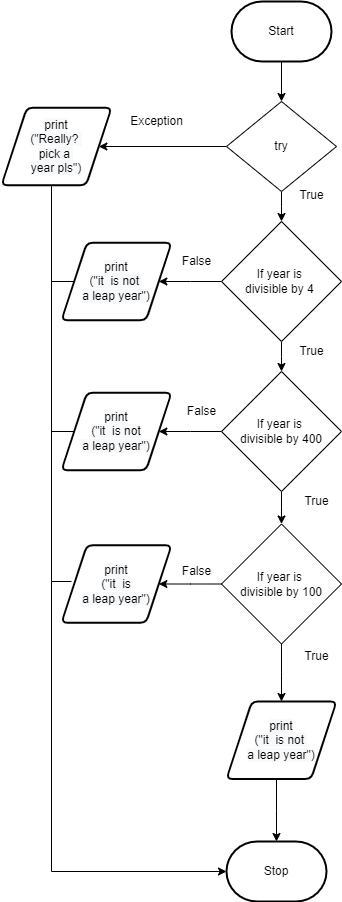
The draw.io diagram flowchart.png in Huzaifa-Khalid-2/ICS3U-Unit3-08-Python, before a commit. Source tidied: cells renumbered, new cells last; positions are measured from the earlier drawing's top-left corner, leaving out a move shared by most shapes.
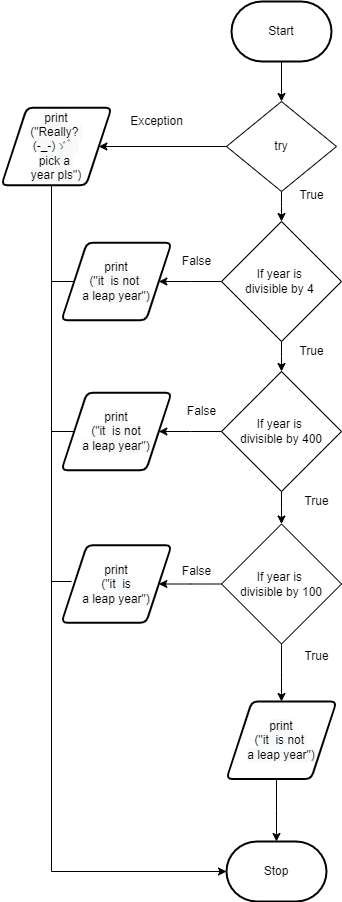
The same file after the commit.

The edit, as a diff of the source:
```diff
@@ -86,7 +86,7 @@
     <mxCell id="27" value="&lt;span style=&quot;color: rgb(0 , 0 , 0) ; font-family: &amp;#34;helvetica&amp;#34; ; font-size: 12px ; font-style: normal ; font-weight: 400 ; letter-spacing: normal ; text-align: center ; text-indent: 0px ; text-transform: none ; word-spacing: 0px ; background-color: rgb(248 , 249 , 250) ; display: inline ; float: none&quot;&gt;print&lt;/span&gt;&lt;br style=&quot;color: rgb(0 , 0 , 0) ; font-family: &amp;#34;helvetica&amp;#34; ; font-size: 12px ; font-style: normal ; font-weight: 400 ; letter-spacing: normal ; text-align: center ; text-indent: 0px ; text-transform: none ; word-spacing: 0px ; background-color: rgb(248 , 249 , 250)&quot;&gt;&lt;span style=&quot;color: rgb(0 , 0 , 0) ; font-family: &amp;#34;helvetica&amp;#34; ; font-size: 12px ; font-style: normal ; font-weight: 400 ; letter-spacing: normal ; text-align: center ; text-indent: 0px ; text-transform: none ; word-spacing: 0px ; background-color: rgb(248 , 249 , 250) ; display: inline ; float: none&quot;&gt;(&quot;it&amp;nbsp; is not &lt;br&gt;a leap year&quot;)&lt;/span&gt;" style="shape=parallelogram;html=1;strokeWidth=2;perimeter=parallelogramPerimeter;whiteSpace=wrap;rounded=1;arcSize=12;size=0.23;" parent="1" vertex="1">
       <mxGeometry x="225" y="700" width="110" height="77.5" as="geometry" />
     </mxCell>
-    <mxCell id="28" value="&lt;span style=&quot;color: rgb(0 , 0 , 0) ; font-family: &amp;#34;helvetica&amp;#34; ; font-size: 12px ; font-style: normal ; font-weight: 400 ; letter-spacing: normal ; text-align: center ; text-indent: 0px ; text-transform: none ; word-spacing: 0px ; background-color: rgb(248 , 249 , 250) ; display: inline ; float: none&quot;&gt;print&lt;/span&gt;&lt;br style=&quot;color: rgb(0 , 0 , 0) ; font-family: &amp;#34;helvetica&amp;#34; ; font-size: 12px ; font-style: normal ; font-weight: 400 ; letter-spacing: normal ; text-align: center ; text-indent: 0px ; text-transform: none ; word-spacing: 0px ; background-color: rgb(248 , 249 , 250)&quot;&gt;&lt;span style=&quot;color: rgb(0 , 0 , 0) ; font-family: &amp;#34;helvetica&amp;#34; ; font-size: 12px ; font-style: normal ; font-weight: 400 ; letter-spacing: normal ; text-align: center ; text-indent: 0px ; text-transform: none ; word-spacing: 0px ; background-color: rgb(248 , 249 , 250) ; display: inline ; float: none&quot;&gt;(&quot;Really? &lt;br&gt;pick a &lt;br&gt;year pls&quot;)&lt;/span&gt;" style="shape=parallelogram;html=1;strokeWidth=2;perimeter=parallelogramPerimeter;whiteSpace=wrap;rounded=1;arcSize=12;size=0.23;" parent="1" vertex="1">
+    <mxCell id="28" value="&lt;span style=&quot;color: rgb(0 , 0 , 0) ; font-family: &amp;#34;helvetica&amp;#34; ; font-size: 12px ; font-style: normal ; font-weight: 400 ; letter-spacing: normal ; text-align: center ; text-indent: 0px ; text-transform: none ; word-spacing: 0px ; background-color: rgb(248 , 249 , 250) ; display: inline ; float: none&quot;&gt;print&lt;/span&gt;&lt;br style=&quot;color: rgb(0 , 0 , 0) ; font-family: &amp;#34;helvetica&amp;#34; ; font-size: 12px ; font-style: normal ; font-weight: 400 ; letter-spacing: normal ; text-align: center ; text-indent: 0px ; text-transform: none ; word-spacing: 0px ; background-color: rgb(248 , 249 , 250)&quot;&gt;&lt;span style=&quot;color: rgb(0 , 0 , 0) ; font-family: &amp;#34;helvetica&amp;#34; ; font-size: 12px ; font-style: normal ; font-weight: 400 ; letter-spacing: normal ; text-align: center ; text-indent: 0px ; text-transform: none ; word-spacing: 0px ; background-color: rgb(248 , 249 , 250) ; display: inline ; float: none&quot;&gt;(&quot;Really?&amp;nbsp;&lt;br&gt;(-_-)ゞ゛&lt;br&gt;pick a &lt;br&gt;year pls&quot;)&lt;/span&gt;" style="shape=parallelogram;html=1;strokeWidth=2;perimeter=parallelogramPerimeter;whiteSpace=wrap;rounded=1;arcSize=12;size=0.23;" parent="1" vertex="1">
       <mxGeometry y="106.2" width="110" height="77.5" as="geometry" />
     </mxCell>
     <mxCell id="29" value="&lt;span style=&quot;color: rgb(0 , 0 , 0) ; font-family: &amp;#34;helvetica&amp;#34; ; font-size: 12px ; font-style: normal ; font-weight: 400 ; letter-spacing: normal ; text-align: center ; text-indent: 0px ; text-transform: none ; word-spacing: 0px ; background-color: rgb(248 , 249 , 250) ; display: inline ; float: none&quot;&gt;print&lt;/span&gt;&lt;br style=&quot;color: rgb(0 , 0 , 0) ; font-family: &amp;#34;helvetica&amp;#34; ; font-size: 12px ; font-style: normal ; font-weight: 400 ; letter-spacing: normal ; text-align: center ; text-indent: 0px ; text-transform: none ; word-spacing: 0px ; background-color: rgb(248 , 249 , 250)&quot;&gt;&lt;span style=&quot;color: rgb(0 , 0 , 0) ; font-family: &amp;#34;helvetica&amp;#34; ; font-size: 12px ; font-style: normal ; font-weight: 400 ; letter-spacing: normal ; text-align: center ; text-indent: 0px ; text-transform: none ; word-spacing: 0px ; background-color: rgb(248 , 249 , 250) ; display: inline ; float: none&quot;&gt;(&quot;it&amp;nbsp; is not &lt;br&gt;a leap year&quot;)&lt;/span&gt;" style="shape=parallelogram;html=1;strokeWidth=2;perimeter=parallelogramPerimeter;whiteSpace=wrap;rounded=1;arcSize=12;size=0.23;" parent="1" vertex="1">
```
